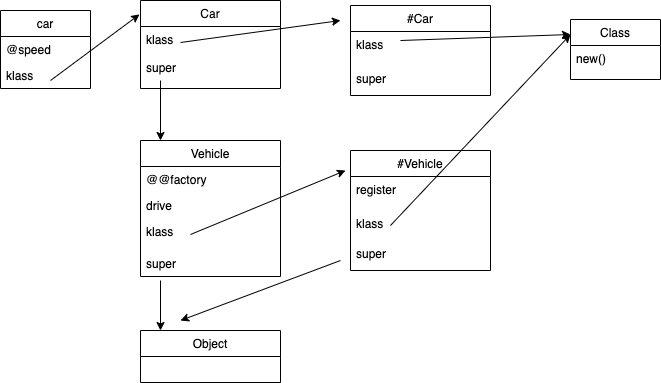
Before: images/singleton_5.png, a diagram exported from draw.io (tangyuan1808/Ruby-Safari). Source tidied: cells renumbered, new cells last; positions are measured from the earlier drawing's top-left corner, leaving out a move shared by most shapes.
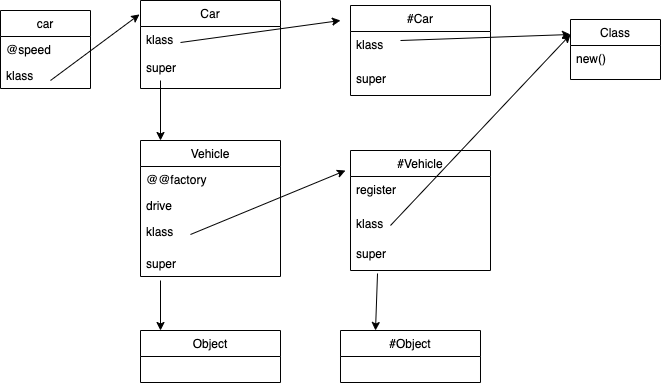
Later version of the same file.

Change to the diagram source:
```diff
@@ -98,11 +98,11 @@
     <mxCell id="28" value="super" style="text;strokeColor=none;fillColor=none;align=left;verticalAlign=top;spacingLeft=4;spacingRight=4;overflow=hidden;points=[[0,0.5],[1,0.5]];portConstraint=eastwest;" parent="24" vertex="1">
       <mxGeometry y="90" width="140" height="30" as="geometry" />
     </mxCell>
-    <mxCell id="29" style="endArrow=classic;html=1;" parent="1" edge="1">
-      <mxGeometry relative="1" as="geometry">
-        <mxPoint x="340" y="260" as="sourcePoint" />
-        <mxPoint x="180" y="320" as="targetPoint" />
-      </mxGeometry>
+    <mxCell id="29" style="endArrow=classic;html=1;exitX=0.193;exitY=1.1;exitDx=0;exitDy=0;exitPerimeter=0;entryX=0.25;entryY=0;entryDx=0;entryDy=0;" parent="1" edge="1" source="28" target="30">
+      <mxGeometry relative="1" as="geometry" />
     </mxCell>
+    <mxCell id="30" value="#Object" style="swimlane;fontStyle=0;horizontal=1;startSize=26;" parent="1" vertex="1">
+      <mxGeometry x="340" y="330" width="140" height="52" as="geometry" />
+    </mxCell>
   </root>
 </mxGraphModel>
```
